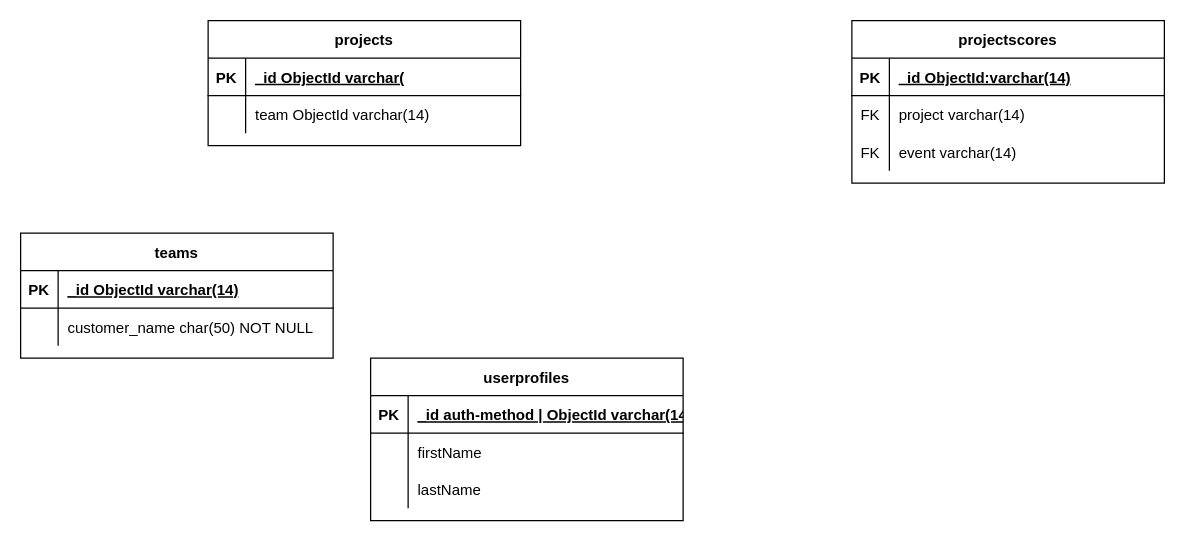
hackjunction/JunctionApp keeps this draw.io diagram as erd_mongodb.drawio. Above is the earlier version. Source tidied: cells renumbered, new cells numbered last; positions are measured from the earlier drawing's top-left corner, leaving out a move shared by most shapes. Both pictures are drawn from the tidied source at 125%, with x=0, y=0 at pixel (20, 20).
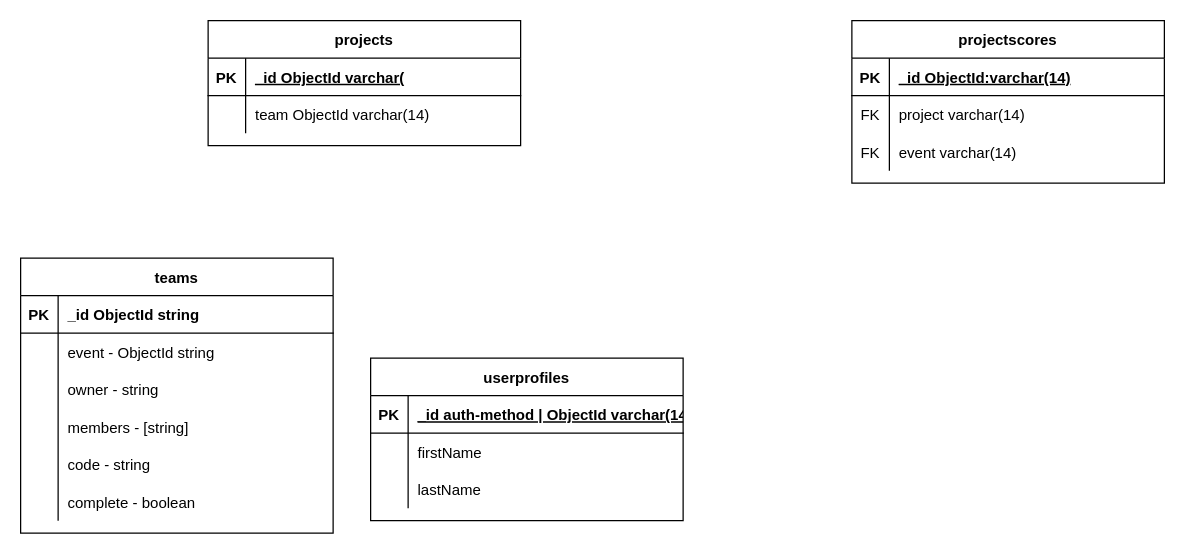
After the change.

Commit message:
Updated erd_mongodb with team ERD for organizers

Unchanged cells that the change refers to:
```xml
<mxCell id="30" style="shape=partialRectangle;fillColor=none;top=0;left=0;right=0;bottom=1;" parent="29" vertex="1">
  <mxGeometry y="30" width="250" height="30" as="geometry" />
</mxCell>
```

The edit, as a diff of the source:
```diff
@@
     <mxCell id="29" value="teams" style="shape=table;startSize=30;childLayout=tableLayout;rowLines=0;fontStyle=1;align=center;" parent="1" vertex="1">
-      <mxGeometry y="170" width="250" height="100" as="geometry" />
+      <mxGeometry y="190" width="250" height="220" as="geometry" />
     </mxCell>
@@
-    <mxCell id="32" value="_id ObjectId varchar(14)" style="shape=partialRectangle;overflow=hidden;fillColor=none;top=0;left=0;bottom=0;right=0;align=left;spacingLeft=6;fontStyle=5;" parent="30" vertex="1">
+    <mxCell id="32" value="_id ObjectId string" style="shape=partialRectangle;overflow=hidden;fillColor=none;top=0;left=0;bottom=0;right=0;align=left;spacingLeft=6;fontStyle=1;" parent="30" vertex="1">
       <mxGeometry x="30" width="220" height="30" as="geometry" />
     </mxCell>
+    <mxCell id="36" style="shape=partialRectangle;fillColor=none;top=0;left=0;right=0;bottom=0;" parent="29" vertex="1">
+      <mxGeometry y="60" width="250" height="30" as="geometry" />
+    </mxCell>
+    <mxCell id="37" style="shape=partialRectangle;overflow=hidden;fillColor=none;top=0;left=0;bottom=0;right=0;" parent="36" vertex="1">
+      <mxGeometry width="30" height="30" as="geometry" />
+    </mxCell>
+    <mxCell id="38" value="event - ObjectId string" style="shape=partialRectangle;overflow=hidden;fillColor=none;top=0;left=0;bottom=0;right=0;align=left;spacingLeft=6;" parent="36" vertex="1">
+      <mxGeometry x="30" width="220" height="30" as="geometry" />
+    </mxCell>
+    <mxCell id="39" style="shape=partialRectangle;fillColor=none;top=0;left=0;right=0;bottom=0;" parent="29" vertex="1">
+      <mxGeometry y="90" width="250" height="30" as="geometry" />
+    </mxCell>
+    <mxCell id="40" style="shape=partialRectangle;overflow=hidden;fillColor=none;top=0;left=0;bottom=0;right=0;" parent="39" vertex="1">
+      <mxGeometry width="30" height="30" as="geometry" />
+    </mxCell>
+    <mxCell id="41" value="owner - string" style="shape=partialRectangle;overflow=hidden;fillColor=none;top=0;left=0;bottom=0;right=0;align=left;spacingLeft=6;" parent="39" vertex="1">
+      <mxGeometry x="30" width="220" height="30" as="geometry" />
+    </mxCell>
     <mxCell id="33" style="shape=partialRectangle;fillColor=none;top=0;left=0;right=0;bottom=0;" parent="29" vertex="1">
-      <mxGeometry y="60" width="250" height="30" as="geometry" />
+      <mxGeometry y="120" width="250" height="30" as="geometry" />
     </mxCell>
@@
-    <mxCell id="35" value="customer_name char(50) NOT NULL" style="shape=partialRectangle;overflow=hidden;fillColor=none;top=0;left=0;bottom=0;right=0;align=left;spacingLeft=6;" parent="33" vertex="1">
+    <mxCell id="35" value="members - [string]" style="shape=partialRectangle;overflow=hidden;fillColor=none;top=0;left=0;bottom=0;right=0;align=left;spacingLeft=6;" parent="33" vertex="1">
       <mxGeometry x="30" width="220" height="30" as="geometry" />
     </mxCell>
+    <mxCell id="42" style="shape=partialRectangle;fillColor=none;top=0;left=0;right=0;bottom=0;" parent="29" vertex="1">
+      <mxGeometry y="150" width="250" height="30" as="geometry" />
+    </mxCell>
+    <mxCell id="43" style="shape=partialRectangle;overflow=hidden;fillColor=none;top=0;left=0;bottom=0;right=0;" parent="42" vertex="1">
+      <mxGeometry width="30" height="30" as="geometry" />
+    </mxCell>
+    <mxCell id="44" value="code - string" style="shape=partialRectangle;overflow=hidden;fillColor=none;top=0;left=0;bottom=0;right=0;align=left;spacingLeft=6;" parent="42" vertex="1">
+      <mxGeometry x="30" width="220" height="30" as="geometry" />
+    </mxCell>
+    <mxCell id="45" style="shape=partialRectangle;fillColor=none;top=0;left=0;right=0;bottom=0;" parent="29" vertex="1">
+      <mxGeometry y="180" width="250" height="30" as="geometry" />
+    </mxCell>
+    <mxCell id="46" style="shape=partialRectangle;overflow=hidden;fillColor=none;top=0;left=0;bottom=0;right=0;" parent="45" vertex="1">
+      <mxGeometry width="30" height="30" as="geometry" />
+    </mxCell>
+    <mxCell id="47" value="complete - boolean" style="shape=partialRectangle;overflow=hidden;fillColor=none;top=0;left=0;bottom=0;right=0;align=left;spacingLeft=6;" parent="45" vertex="1">
+      <mxGeometry x="30" width="220" height="30" as="geometry" />
+    </mxCell>
```
